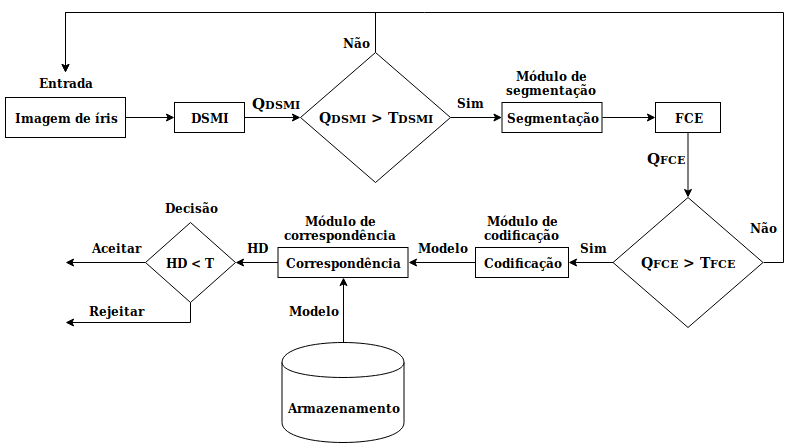
vavieira10/Monografia keeps this draw.io diagram as img/Metodologia/arquitetura_proposta.png. Above is the earlier version. Source tidied: cells renumbered, new cells last; positions are measured from the earlier drawing's top-left corner, leaving out a move shared by most shapes.
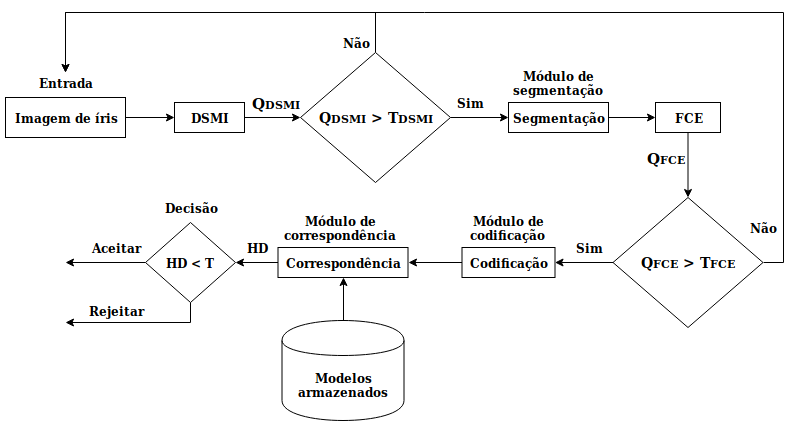
The same file after the commit.

The edit, as a diff of the source:
```diff
@@ -62,13 +62,13 @@
       <mxGeometry relative="1" as="geometry" />
     </mxCell>
     <mxCell id="18" value="&lt;b&gt;Segmentação&lt;/b&gt;" style="rounded=0;whiteSpace=wrap;html=1;" parent="1" vertex="1">
-      <mxGeometry x="496.5" y="90" width="100" height="30" as="geometry" />
+      <mxGeometry x="503" y="90" width="100" height="30" as="geometry" />
     </mxCell>
     <mxCell id="19" style="edgeStyle=orthogonalEdgeStyle;rounded=0;jettySize=auto;html=1;exitX=0;exitY=0.5;exitDx=0;exitDy=0;entryX=1;entryY=0.5;entryDx=0;entryDy=0;endArrow=classic;endFill=1;" parent="1" edge="1" source="20" target="22">
       <mxGeometry relative="1" as="geometry" />
     </mxCell>
     <mxCell id="20" value="&lt;b&gt;Codificação&lt;/b&gt;" style="rounded=0;whiteSpace=wrap;html=1;" parent="1" vertex="1">
-      <mxGeometry x="470" y="235" width="93" height="30" as="geometry" />
+      <mxGeometry x="456.5" y="235" width="93" height="30" as="geometry" />
     </mxCell>
     <mxCell id="21" style="edgeStyle=orthogonalEdgeStyle;rounded=0;jettySize=auto;html=1;endArrow=classic;endFill=1;" parent="1" edge="1" source="22" target="25">
       <mxGeometry relative="1" as="geometry" />
@@ -101,15 +101,9 @@
     <mxCell id="28" style="edgeStyle=orthogonalEdgeStyle;rounded=0;jettySize=auto;html=1;exitX=0.5;exitY=0;exitDx=0;exitDy=0;entryX=0.5;entryY=1;entryDx=0;entryDy=0;endArrow=classic;endFill=1;" parent="1" edge="1" source="29" target="22">
       <mxGeometry relative="1" as="geometry" />
     </mxCell>
-    <mxCell id="29" value="&lt;b&gt;Armazenamento&lt;/b&gt;" style="shape=cylinder;whiteSpace=wrap;html=1;boundedLbl=1;backgroundOutline=1;" parent="1" vertex="1">
-      <mxGeometry x="276.5" y="330" width="122" height="100" as="geometry" />
+    <mxCell id="29" value="&lt;b&gt;Modelos armazenados&lt;br&gt;&lt;/b&gt;" style="shape=cylinder;whiteSpace=wrap;html=1;boundedLbl=1;backgroundOutline=1;" parent="1" vertex="1">
+      <mxGeometry x="276.5" y="308" width="122" height="100" as="geometry" />
     </mxCell>
-    <mxCell id="30" value="&lt;b&gt;Modelo&lt;/b&gt;" style="text;html=1;strokeColor=none;fillColor=none;align=center;verticalAlign=middle;whiteSpace=wrap;rounded=0;" parent="1" vertex="1">
-      <mxGeometry x="411.5" y="225" width="50" height="20" as="geometry" />
-    </mxCell>
-    <mxCell id="31" value="&lt;b&gt;Modelo&lt;/b&gt;" style="text;html=1;strokeColor=none;fillColor=none;align=center;verticalAlign=middle;whiteSpace=wrap;rounded=0;" parent="1" vertex="1">
-      <mxGeometry x="280" y="288" width="55" height="20" as="geometry" />
-    </mxCell>
     <mxCell id="32" value="&lt;b&gt;HD&lt;/b&gt;" style="text;html=1;strokeColor=none;fillColor=none;align=center;verticalAlign=middle;whiteSpace=wrap;rounded=0;" parent="1" vertex="1">
       <mxGeometry x="236.5" y="225" width="30" height="20" as="geometry" />
     </mxCell>
@@ -123,13 +117,13 @@
       <mxGeometry x="155" y="185" width="60" height="20" as="geometry" />
     </mxCell>
     <mxCell id="36" value="&lt;b&gt;Módulo de segmentação&lt;br&gt;&lt;/b&gt;" style="text;html=1;strokeColor=none;fillColor=none;align=center;verticalAlign=middle;whiteSpace=wrap;rounded=0;" parent="1" vertex="1">
-      <mxGeometry x="526.5" y="60" width="40" height="20" as="geometry" />
+      <mxGeometry x="533" y="60" width="40" height="20" as="geometry" />
     </mxCell>
     <mxCell id="37" value="&lt;b&gt;Módulo de codificação&lt;br&gt;&lt;/b&gt;" style="text;html=1;strokeColor=none;fillColor=none;align=center;verticalAlign=middle;whiteSpace=wrap;rounded=0;" parent="1" vertex="1">
-      <mxGeometry x="496.5" y="205" width="40" height="20" as="geometry" />
+      <mxGeometry x="483" y="205" width="40" height="20" as="geometry" />
     </mxCell>
     <mxCell id="38" value="&lt;b&gt;Sim&lt;/b&gt;" style="text;html=1;strokeColor=none;fillColor=none;align=center;verticalAlign=middle;whiteSpace=wrap;rounded=0;" parent="1" vertex="1">
-      <mxGeometry x="567.5" y="225" width="40" height="20" as="geometry" />
+      <mxGeometry x="563" y="225" width="40" height="20" as="geometry" />
     </mxCell>
     <mxCell id="39" value="&lt;b&gt;Não&lt;/b&gt;" style="text;html=1;strokeColor=none;fillColor=none;align=center;verticalAlign=middle;whiteSpace=wrap;rounded=0;" parent="1" vertex="1">
       <mxGeometry x="737.5" y="205" width="40" height="20" as="geometry" />
```
